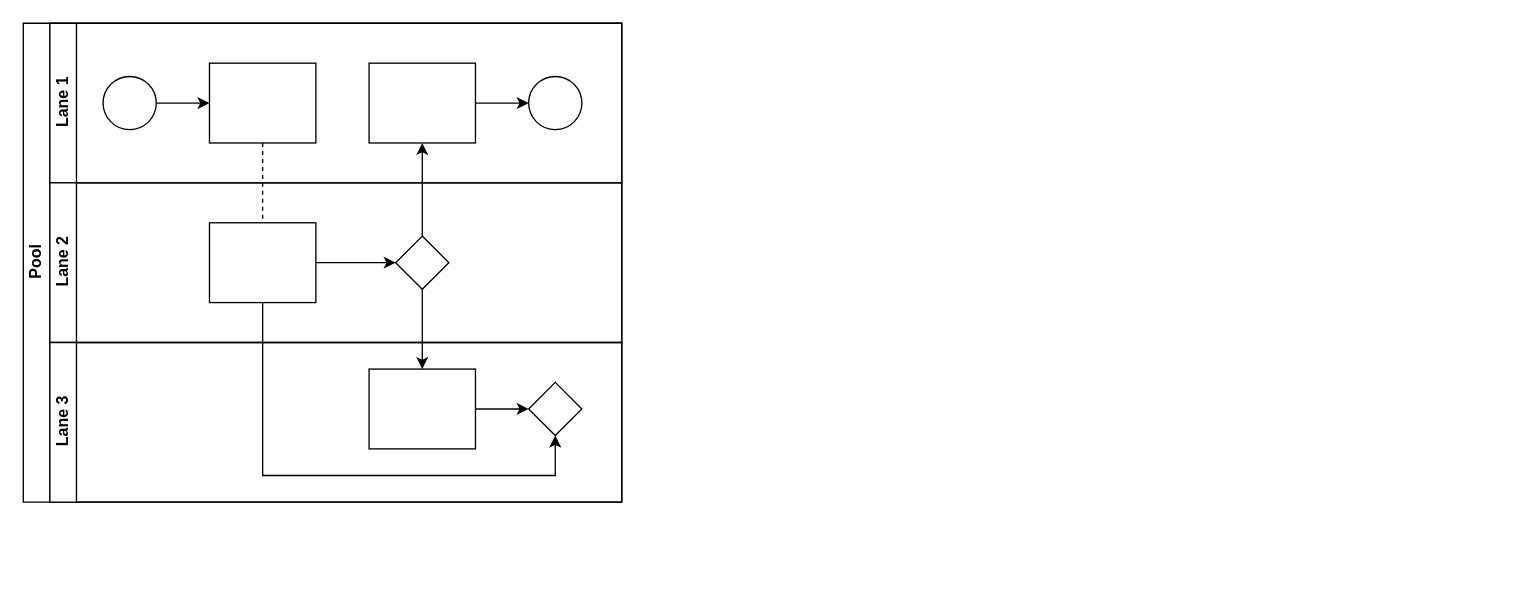
Before: ProjetoInterdisciplinar.drawio in rebeccajanuario/DiagramaBPMNProjetoInterdisciplinar, a draw.io diagram. Source tidied: cells renumbered, new cells numbered last; positions are measured from the earlier drawing's top-left corner, leaving out a move shared by most shapes. Both pictures are drawn from the tidied source at 133%, with x=0, y=0 at pixel (23, 23).
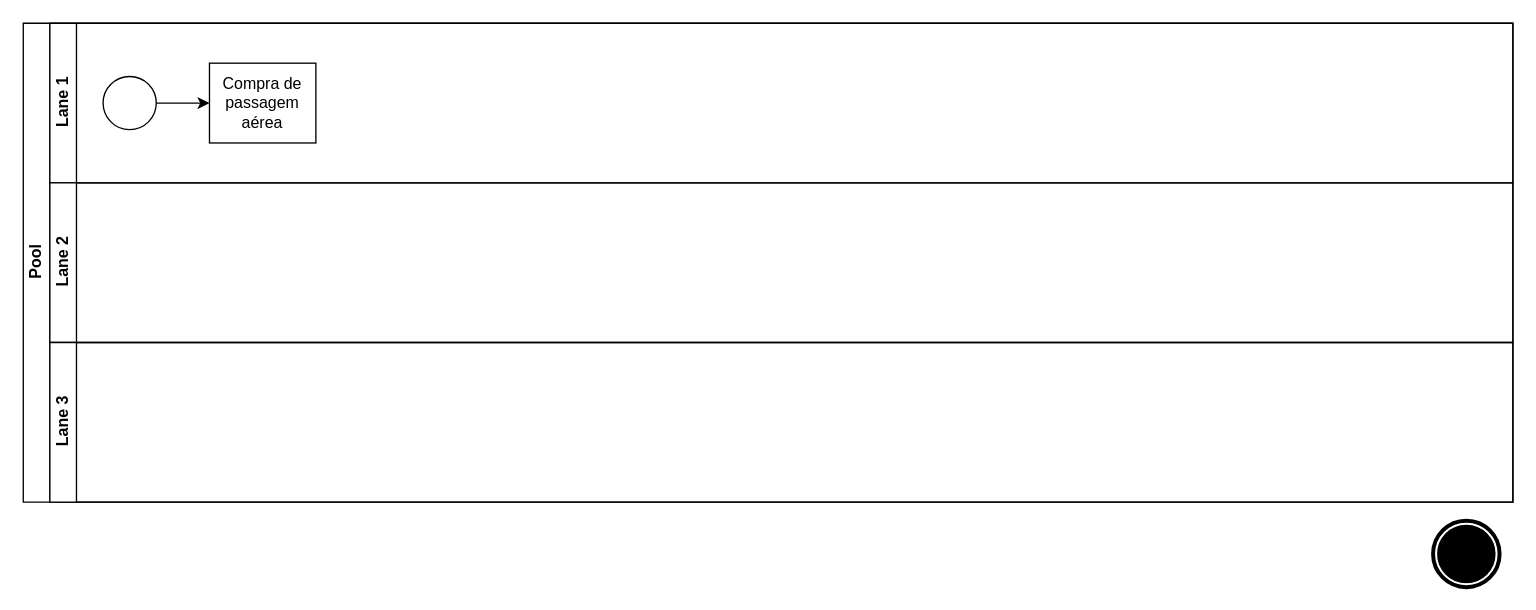
The same diagram, later.

What changed in the source:
```diff
@@
     <mxCell id="2" value="Pool" style="swimlane;html=1;horizontal=0;startSize=20;" parent="1" vertex="1">
-      <mxGeometry width="450" height="360" as="geometry" />
+      <mxGeometry width="1120" height="360" as="geometry" />
     </mxCell>
-    <mxCell id="3" style="edgeStyle=orthogonalEdgeStyle;rounded=0;jettySize=auto;html=1;dashed=1;endArrow=none;endFill=0;" parent="2" edge="1" source="10" target="16">
-      <mxGeometry relative="1" as="geometry" />
-    </mxCell>
-    <mxCell id="4" style="edgeStyle=orthogonalEdgeStyle;rounded=0;jettySize=auto;html=1;endArrow=classic;endFill=1;" parent="2" edge="1" source="17" target="12">
-      <mxGeometry relative="1" as="geometry" />
-    </mxCell>
-    <mxCell id="5" style="edgeStyle=orthogonalEdgeStyle;rounded=0;jettySize=auto;html=1;endArrow=classic;endFill=1;" parent="2" edge="1" source="17" target="20">
-      <mxGeometry relative="1" as="geometry" />
-    </mxCell>
-    <mxCell id="6" style="edgeStyle=orthogonalEdgeStyle;rounded=0;jettySize=auto;html=1;endArrow=classic;endFill=1;" parent="2" edge="1" source="16" target="21">
-      <mxGeometry relative="1" as="geometry">
-        <Array as="points">
-          <mxPoint x="180" y="340" />
-          <mxPoint x="400" y="340" />
-        </Array>
-      </mxGeometry>
-    </mxCell>
     <mxCell id="7" value="Lane 1" style="swimlane;html=1;startSize=20;horizontal=0;" parent="2" vertex="1">
-      <mxGeometry x="20" width="430" height="120" as="geometry" />
+      <mxGeometry x="20" width="1100" height="120" as="geometry" />
     </mxCell>
@@
-    <mxCell id="10" style="rounded=0;whiteSpace=wrap;html=1;fontFamily=Helvetica;fontSize=12;fontColor=#000000;align=center;" parent="7" vertex="1">
+    <mxCell id="10" value="Compra de passagem aérea" style="rounded=0;whiteSpace=wrap;html=1;fontFamily=Helvetica;fontSize=12;fontColor=#000000;align=center;" parent="7" vertex="1">
       <mxGeometry x="120" y="30" width="80" height="60" as="geometry" />
     </mxCell>
-    <mxCell id="11" style="edgeStyle=orthogonalEdgeStyle;rounded=0;jettySize=auto;html=1;endArrow=classic;endFill=1;" parent="7" edge="1" source="12" target="13">
-      <mxGeometry relative="1" as="geometry" />
-    </mxCell>
-    <mxCell id="12" style="rounded=0;whiteSpace=wrap;html=1;fontFamily=Helvetica;fontSize=12;fontColor=#000000;align=center;" parent="7" vertex="1">
-      <mxGeometry x="240" y="30" width="80" height="60" as="geometry" />
-    </mxCell>
-    <mxCell id="13" style="ellipse;whiteSpace=wrap;html=1;" parent="7" vertex="1">
-      <mxGeometry x="360" y="40" width="40" height="40" as="geometry" />
-    </mxCell>
     <mxCell id="14" value="Lane 2" style="swimlane;html=1;startSize=20;horizontal=0;" parent="2" vertex="1">
-      <mxGeometry x="20" y="120" width="430" height="120" as="geometry" />
+      <mxGeometry x="20" y="120" width="1100" height="120" as="geometry" />
     </mxCell>
-    <mxCell id="15" style="edgeStyle=orthogonalEdgeStyle;rounded=0;jettySize=auto;html=1;endArrow=classic;endFill=1;" parent="14" edge="1" source="16" target="17">
-      <mxGeometry relative="1" as="geometry" />
-    </mxCell>
-    <mxCell id="16" style="rounded=0;whiteSpace=wrap;html=1;fontFamily=Helvetica;fontSize=12;fontColor=#000000;align=center;" parent="14" vertex="1">
-      <mxGeometry x="120" y="30" width="80" height="60" as="geometry" />
-    </mxCell>
-    <mxCell id="17" style="rhombus;whiteSpace=wrap;html=1;fontFamily=Helvetica;fontSize=12;fontColor=#000000;align=center;" parent="14" vertex="1">
-      <mxGeometry x="260" y="40" width="40" height="40" as="geometry" />
-    </mxCell>
     <mxCell id="18" value="Lane 3" style="swimlane;html=1;startSize=20;horizontal=0;" parent="2" vertex="1">
-      <mxGeometry x="20" y="240" width="430" height="120" as="geometry" />
+      <mxGeometry x="20" y="240" width="1100" height="120" as="geometry" />
     </mxCell>
-    <mxCell id="19" style="edgeStyle=orthogonalEdgeStyle;rounded=0;jettySize=auto;html=1;endArrow=classic;endFill=1;" parent="18" edge="1" source="20" target="21">
-      <mxGeometry relative="1" as="geometry" />
-    </mxCell>
-    <mxCell id="20" style="rounded=0;whiteSpace=wrap;html=1;fontFamily=Helvetica;fontSize=12;fontColor=#000000;align=center;" parent="18" vertex="1">
-      <mxGeometry x="240" y="20" width="80" height="60" as="geometry" />
-    </mxCell>
-    <mxCell id="21" style="rhombus;whiteSpace=wrap;html=1;fontFamily=Helvetica;fontSize=12;fontColor=#000000;align=center;" parent="18" vertex="1">
-      <mxGeometry x="360" y="30" width="40" height="40" as="geometry" />
-    </mxCell>
+    <mxCell id="22" style="shape=mxgraph.bpmn.event;html=1;verticalLabelPosition=bottom;labelBackgroundColor=#ffffff;verticalAlign=top;align=center;perimeter=ellipsePerimeter;outline=end;symbol=terminate;" parent="1" vertex="1">
+      <mxGeometry x="1060" y="374" width="50" height="50" as="geometry" />
+    </mxCell>
```
